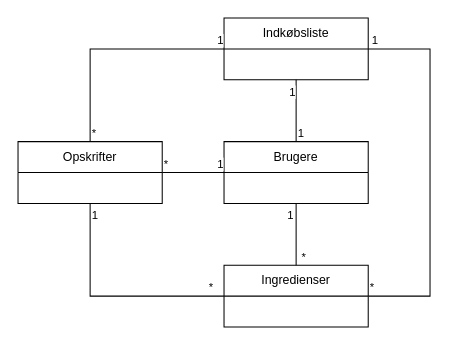
Before: HandleLetDomain.drawio in JaisAndersen/HandleLet, a draw.io diagram. Source tidied: cells renumbered, new cells numbered last; positions are measured from the earlier drawing's top-left corner, leaving out a move shared by most shapes. Both pictures are drawn from the tidied source at 103%, with x=0, y=0 at pixel (18, 18).
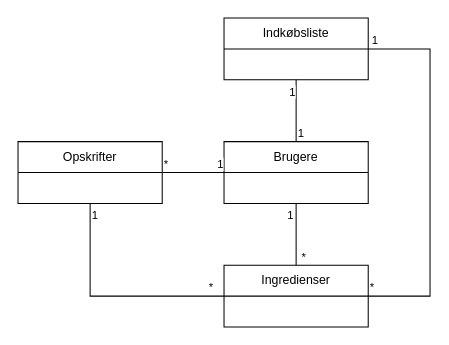
The same page after the edit.

The change refers to these unchanged cells:
```xml
<mxCell id="3" value="Opskrifter" style="swimlane;fontStyle=0;horizontal=1;startSize=30;whiteSpace=wrap;html=1;" parent="1" vertex="1">
  <mxGeometry y="120" width="140" height="60" as="geometry" />
</mxCell>
<mxCell id="5" value="Indkøbsliste" style="swimlane;fontStyle=0;horizontal=1;startSize=30;whiteSpace=wrap;html=1;" parent="1" vertex="1">
  <mxGeometry x="200" width="140" height="60" as="geometry" />
</mxCell>
```

Change to the diagram source:
```diff
@@
-    <mxCell id="15" style="endArrow=none;html=1;edgeStyle=orthogonalEdgeStyle;rounded=0;" parent="1" edge="1" source="3" target="5">
-      <mxGeometry relative="1" as="geometry">
-        <Array as="points">
-          <mxPoint x="70" y="30" />
-        </Array>
-      </mxGeometry>
-    </mxCell>
-    <mxCell id="16" value="*" style="edgeLabel;html=1;align=left;verticalAlign=bottom;" parent="15" vertex="1">
-      <mxGeometry x="-1" relative="1" as="geometry" />
-    </mxCell>
-    <mxCell id="17" value="1" style="edgeLabel;html=1;align=right;verticalAlign=bottom;" parent="15" vertex="1">
-      <mxGeometry x="1" relative="1" as="geometry" />
-    </mxCell>
```
